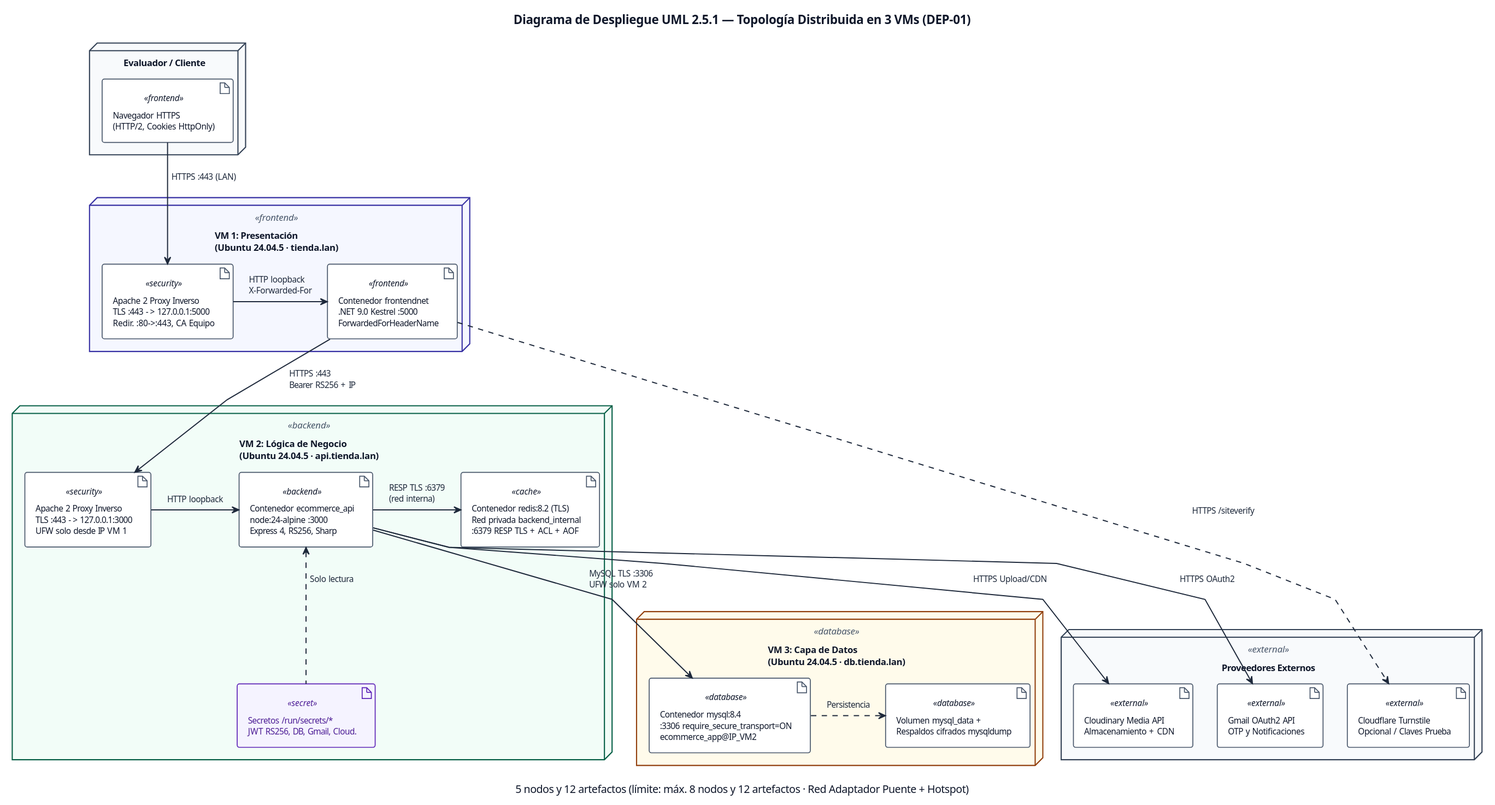
This is docs/asciidoc/assets/despliegue.svg from maverick0322/Secure-Ecommerce-API, a PlantUML export, as it was before one commit. Its diagram source:
```plantuml
@startuml
!include _skin.puml
top to bottom direction
skinparam Nodesep 32
skinparam Ranksep 42

title Diagrama de Despliegue UML 2.5.1 — Topología Distribuida en 3 VMs (DEP-01)
caption 5 nodos y 12 artefactos (límite: máx. 8 nodos y 12 artefactos · Red Adaptador Puente + Hotspot)

node "Evaluador / Cliente" as N_Client {
  artifact "Navegador HTTPS\n(HTTP/2, Cookies HttpOnly)" as A_Browser <<frontend>>
}

node "VM 1: Presentación\n(Ubuntu 24.04.5 · tienda.lan)" <<frontend>> as N_VM1 {
  artifact "Apache 2 Proxy Inverso\nTLS :443 -> 127.0.0.1:5000\nRedir. :80->:443, CA Equipo" as A_Apache1 <<security>>
  artifact "Contenedor frontendnet\n.NET 9.0 Kestrel :5000\nForwardedForHeaderName" as A_Fe <<frontend>>
}

node "VM 2: Lógica de Negocio\n(Ubuntu 24.04.5 · api.tienda.lan)" <<backend>> as N_VM2 {
  artifact "Apache 2 Proxy Inverso\nTLS :443 -> 127.0.0.1:3000\nUFW solo desde IP VM 1" as A_Apache2 <<security>>
  artifact "Contenedor ecommerce_api\nnode:24-alpine :3000\nExpress 4, RS256, Sharp" as A_Be <<backend>>
  artifact "Contenedor redis:8.2 (TLS)\nRed privada backend_internal\n:6379 RESP TLS + ACL + AOF" as A_Redis <<cache>>
  artifact "Secretos /run/secrets/*\nJWT RS256, DB, Gmail, Cloud." as A_Secrets <<secret>>
}

together {
  node "VM 3: Capa de Datos\n(Ubuntu 24.04.5 · db.tienda.lan)" <<database>> as N_VM3 {
    artifact "Contenedor mysql:8.4\n:3306 require_secure_transport=ON\necommerce_app@IP_VM2" as A_MySql <<database>>
    artifact "Volumen mysql_data +\nRespaldos cifrados mysqldump" as A_Backup <<database>>
  }

  node "Proveedores Externos" <<external>> as N_Ext {
    artifact "Cloudinary Media API\nAlmacenamiento + CDN" as A_Cloud <<external>>
    artifact "Gmail OAuth2 API\nOTP y Notificaciones" as A_Gmail <<external>>
    artifact "Cloudflare Turnstile\nOpcional / Claves Prueba" as A_Turn <<external>>
  }
}

A_Browser --> A_Apache1 : "HTTPS :443 (LAN)"
A_Apache1 -> A_Fe : "HTTP loopback\nX-Forwarded-For"
A_Fe --> A_Apache2 : "HTTPS :443\nBearer RS256 + IP"
A_Apache2 -> A_Be : "HTTP loopback"
A_Be -> A_Redis : "RESP TLS :6379\n(red interna)"
A_Secrets .up.> A_Be : "Solo lectura"
A_Be --> A_MySql : "MySQL TLS :3306\nUFW solo VM 2"
A_MySql .> A_Backup : "Persistencia"
A_Fe ..> A_Turn : "HTTPS /siteverify"
A_Be --> A_Cloud : "HTTPS Upload/CDN"
A_Be --> A_Gmail : "HTTPS OAuth2"
@enduml
```
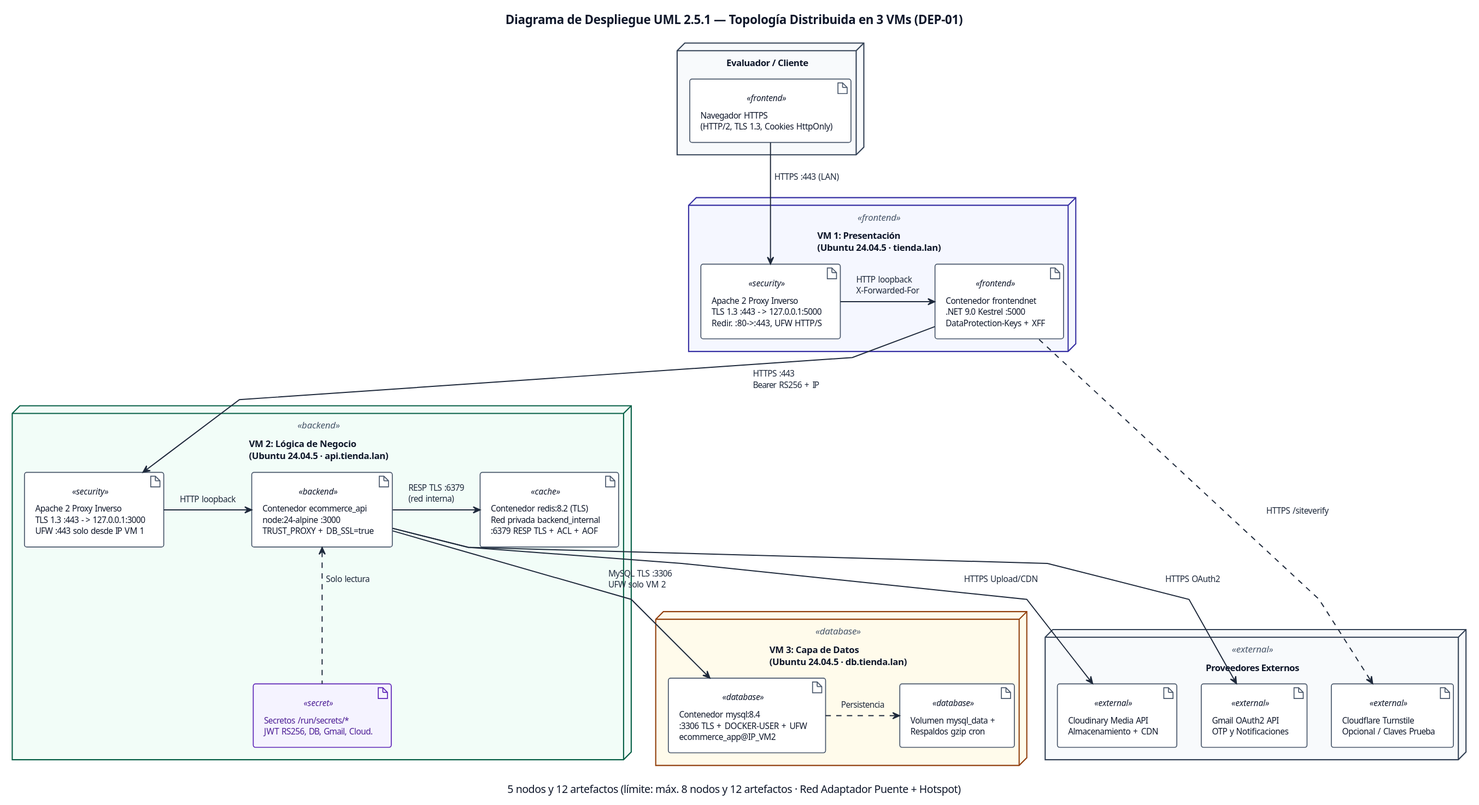
After the change.

Change to the diagram source:
```diff
@@ -8,25 +8,25 @@
 caption 5 nodos y 12 artefactos (límite: máx. 8 nodos y 12 artefactos · Red Adaptador Puente + Hotspot)
 
 node "Evaluador / Cliente" as N_Client {
-  artifact "Navegador HTTPS\n(HTTP/2, Cookies HttpOnly)" as A_Browser <<frontend>>
+  artifact "Navegador HTTPS\n(HTTP/2, TLS 1.3, Cookies HttpOnly)" as A_Browser <<frontend>>
 }
 
 node "VM 1: Presentación\n(Ubuntu 24.04.5 · tienda.lan)" <<frontend>> as N_VM1 {
-  artifact "Apache 2 Proxy Inverso\nTLS :443 -> 127.0.0.1:5000\nRedir. :80->:443, CA Equipo" as A_Apache1 <<security>>
-  artifact "Contenedor frontendnet\n.NET 9.0 Kestrel :5000\nForwardedForHeaderName" as A_Fe <<frontend>>
+  artifact "Apache 2 Proxy Inverso\nTLS 1.3 :443 -> 127.0.0.1:5000\nRedir. :80->:443, UFW HTTP/S" as A_Apache1 <<security>>
+  artifact "Contenedor frontendnet\n.NET 9.0 Kestrel :5000\nDataProtection-Keys + XFF" as A_Fe <<frontend>>
 }
 
 node "VM 2: Lógica de Negocio\n(Ubuntu 24.04.5 · api.tienda.lan)" <<backend>> as N_VM2 {
-  artifact "Apache 2 Proxy Inverso\nTLS :443 -> 127.0.0.1:3000\nUFW solo desde IP VM 1" as A_Apache2 <<security>>
-  artifact "Contenedor ecommerce_api\nnode:24-alpine :3000\nExpress 4, RS256, Sharp" as A_Be <<backend>>
+  artifact "Apache 2 Proxy Inverso\nTLS 1.3 :443 -> 127.0.0.1:3000\nUFW :443 solo desde IP VM 1" as A_Apache2 <<security>>
+  artifact "Contenedor ecommerce_api\nnode:24-alpine :3000\nTRUST_PROXY + DB_SSL=true" as A_Be <<backend>>
   artifact "Contenedor redis:8.2 (TLS)\nRed privada backend_internal\n:6379 RESP TLS + ACL + AOF" as A_Redis <<cache>>
   artifact "Secretos /run/secrets/*\nJWT RS256, DB, Gmail, Cloud." as A_Secrets <<secret>>
 }
 
 together {
   node "VM 3: Capa de Datos\n(Ubuntu 24.04.5 · db.tienda.lan)" <<database>> as N_VM3 {
-    artifact "Contenedor mysql:8.4\n:3306 require_secure_transport=ON\necommerce_app@IP_VM2" as A_MySql <<database>>
-    artifact "Volumen mysql_data +\nRespaldos cifrados mysqldump" as A_Backup <<database>>
+    artifact "Contenedor mysql:8.4\n:3306 TLS + DOCKER-USER + UFW\necommerce_app@IP_VM2" as A_MySql <<database>>
+    artifact "Volumen mysql_data +\nRespaldos gzip cron" as A_Backup <<database>>
   }
 
   node "Proveedores Externos" <<external>> as N_Ext {
```
